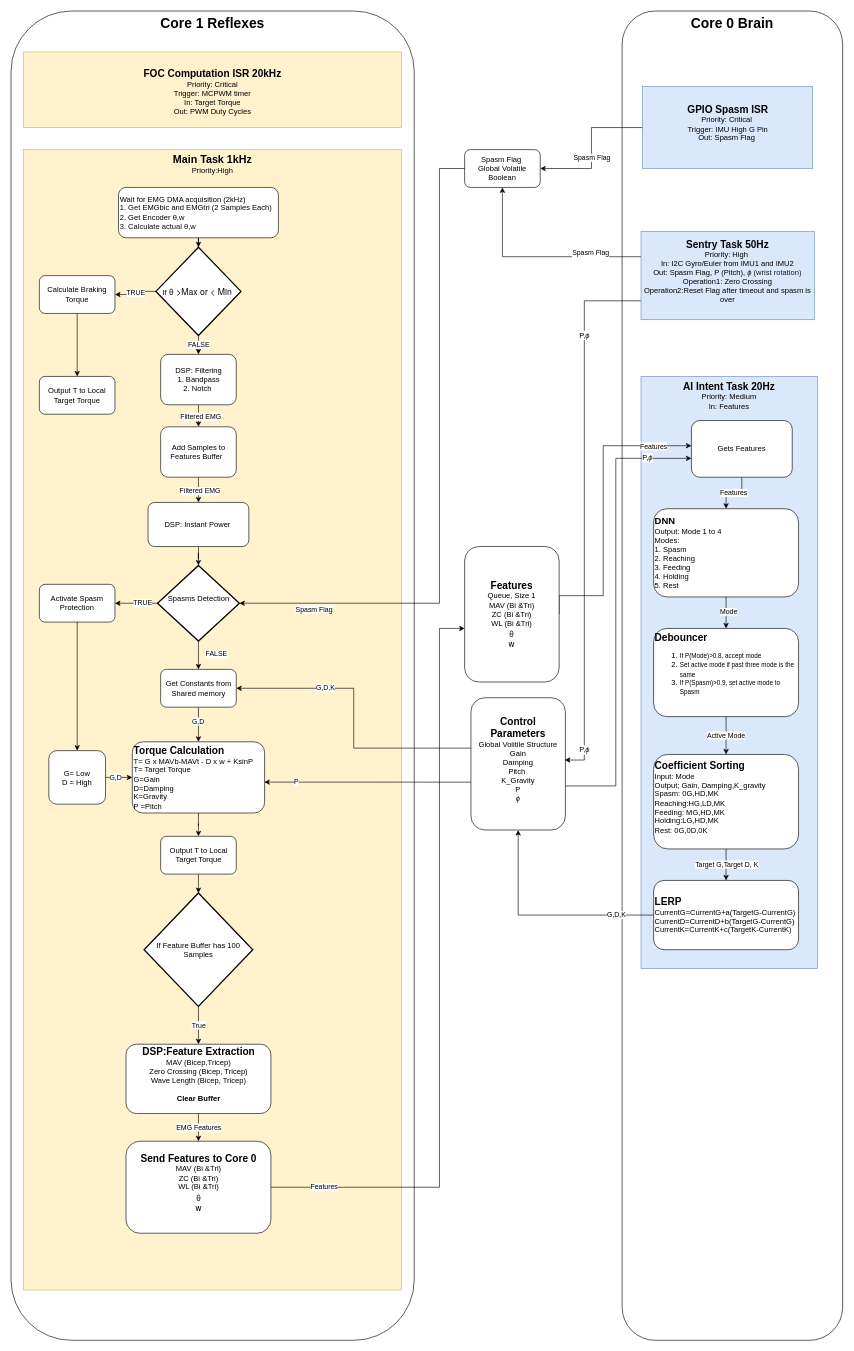
Above: CP System architure.drawio in Tzekhai2005/cp-orthosis-emg-classifier (draw.io), before the change. Source tidied: cells renumbered, new cells numbered last; positions are measured from the earlier drawing's top-left corner, leaving out a move shared by most shapes. Both pictures are drawn from the tidied source at 63%, with x=0, y=0 at pixel (11, 11).
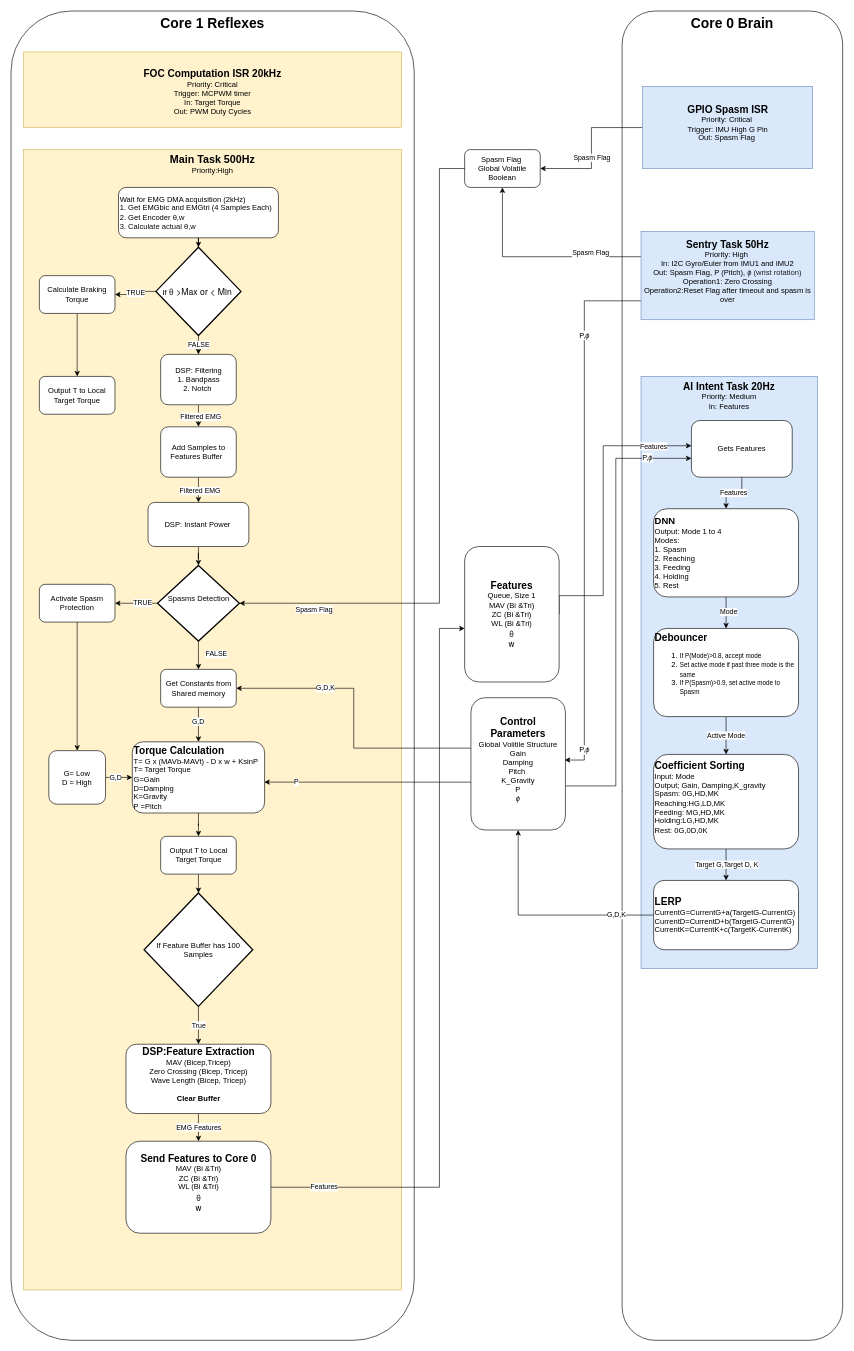
Above is the later version.

What changed in the source:
```diff
@@
-    <mxCell id="5" value="&lt;font style=&quot;font-size: 17px;&quot;&gt;&lt;b&gt;Main Task 1kHz&lt;/b&gt;&lt;/font&gt;&lt;div&gt;&lt;font&gt;Priority:High&lt;/font&gt;&lt;/div&gt;" style="rounded=0;whiteSpace=wrap;html=1;fillColor=#fff2cc;strokeColor=#d6b656;verticalAlign=top;" parent="1" vertex="1">
+    <mxCell id="5" value="&lt;font style=&quot;font-size: 17px;&quot;&gt;&lt;b&gt;Main Task 500Hz&lt;/b&gt;&lt;/font&gt;&lt;div&gt;&lt;font&gt;Priority:High&lt;/font&gt;&lt;/div&gt;" style="rounded=0;whiteSpace=wrap;html=1;fillColor=#fff2cc;strokeColor=#d6b656;verticalAlign=top;" parent="1" vertex="1">
       <mxGeometry x="20" y="220" width="600" height="1810" as="geometry" />
     </mxCell>
@@
-    <mxCell id="8" value="&lt;font face=&quot;Helvetica&quot;&gt;Wait for EMG DMA acquisition (2kHz)&lt;/font&gt;&lt;div&gt;&lt;font face=&quot;Helvetica&quot;&gt;1. Get EMGbic and EMGtri (2 Samples Each)&lt;/font&gt;&lt;/div&gt;&lt;div&gt;&lt;font face=&quot;Helvetica&quot;&gt;2. Get Encoder&amp;nbsp;&lt;span style=&quot;caret-color: rgb(10, 10, 10); color: rgb(10, 10, 10);&quot;&gt;&lt;font&gt;θ&lt;/font&gt;&lt;/span&gt;&lt;span style=&quot;caret-color: rgb(10, 10, 10); color: rgb(10, 10, 10);&quot;&gt;,w&lt;/span&gt;&lt;/font&gt;&lt;/div&gt;&lt;div&gt;&lt;font face=&quot;Helvetica&quot;&gt;&lt;span style=&quot;caret-color: rgb(10, 10, 10); color: rgb(10, 10, 10);&quot;&gt;3. &lt;/span&gt;&lt;font&gt;&lt;span style=&quot;caret-color: rgb(10, 10, 10); color: rgb(10, 10, 10);&quot;&gt;Calculate actual&amp;nbsp;&lt;/span&gt;&lt;span style=&quot;caret-color: rgb(10, 10, 10); color: rgb(10, 10, 10);&quot;&gt;θ,w&lt;/span&gt;&lt;/font&gt;&lt;/font&gt;&lt;/div&gt;" style="rounded=1;whiteSpace=wrap;html=1;align=left;" parent="1" vertex="1">
+    <mxCell id="8" value="&lt;font face=&quot;Helvetica&quot;&gt;Wait for EMG DMA acquisition (2kHz)&lt;/font&gt;&lt;div&gt;&lt;font face=&quot;Helvetica&quot;&gt;1. Get EMGbic and EMGtri (4 Samples Each)&lt;/font&gt;&lt;/div&gt;&lt;div&gt;&lt;font face=&quot;Helvetica&quot;&gt;2. Get Encoder&amp;nbsp;&lt;span style=&quot;caret-color: rgb(10, 10, 10); color: rgb(10, 10, 10);&quot;&gt;&lt;font&gt;θ&lt;/font&gt;&lt;/span&gt;&lt;span style=&quot;caret-color: rgb(10, 10, 10); color: rgb(10, 10, 10);&quot;&gt;,w&lt;/span&gt;&lt;/font&gt;&lt;/div&gt;&lt;div&gt;&lt;font face=&quot;Helvetica&quot;&gt;&lt;span style=&quot;caret-color: rgb(10, 10, 10); color: rgb(10, 10, 10);&quot;&gt;3. &lt;/span&gt;&lt;font&gt;&lt;span style=&quot;caret-color: rgb(10, 10, 10); color: rgb(10, 10, 10);&quot;&gt;Calculate actual&amp;nbsp;&lt;/span&gt;&lt;span style=&quot;caret-color: rgb(10, 10, 10); color: rgb(10, 10, 10);&quot;&gt;θ,w&lt;/span&gt;&lt;/font&gt;&lt;/font&gt;&lt;/div&gt;" style="rounded=1;whiteSpace=wrap;html=1;align=left;" parent="1" vertex="1">
       <mxGeometry x="170.6" y="280" width="253.8" height="80" as="geometry" />
     </mxCell>
@@
-    <mxCell id="15" value="&lt;font style=&quot;font-size: 16px;&quot;&gt;&lt;b&gt;Torque Calculation&lt;/b&gt;&lt;/font&gt;&amp;nbsp;&lt;div&gt;T= G x MAVb-MAVt - D x w + KsinP&lt;/div&gt;&lt;div&gt;T= Target Torque&lt;/div&gt;&lt;div&gt;G=Gain&lt;/div&gt;&lt;div&gt;D=Damping&lt;/div&gt;&lt;div&gt;K=Gravity&amp;nbsp;&lt;/div&gt;&lt;div&gt;P =Pitch&lt;/div&gt;" style="rounded=1;whiteSpace=wrap;html=1;align=left;" parent="1" vertex="1">
+    <mxCell id="15" value="&lt;font style=&quot;font-size: 16px;&quot;&gt;&lt;b&gt;Torque Calculation&lt;/b&gt;&lt;/font&gt;&amp;nbsp;&lt;div&gt;T= G x (MAVb-MAVt) - D x w + KsinP&lt;/div&gt;&lt;div&gt;T= Target Torque&lt;/div&gt;&lt;div&gt;G=Gain&lt;/div&gt;&lt;div&gt;D=Damping&lt;/div&gt;&lt;div&gt;K=Gravity&amp;nbsp;&lt;/div&gt;&lt;div&gt;P =Pitch&lt;/div&gt;" style="rounded=1;whiteSpace=wrap;html=1;align=left;" parent="1" vertex="1">
       <mxGeometry x="192.5" y="1160" width="210" height="113" as="geometry" />
     </mxCell>
```
